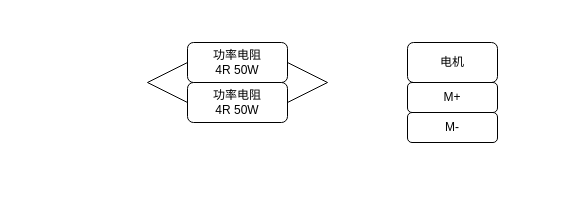
Before: NMC215.drawio in Hanye1108/drawio, a draw.io diagram. Source tidied: cells renumbered, new cells numbered last; positions are measured from the earlier drawing's top-left corner, leaving out a move shared by most shapes. Both pictures are drawn from the tidied source at 100%, with x=0, y=0 at pixel (147, 42).
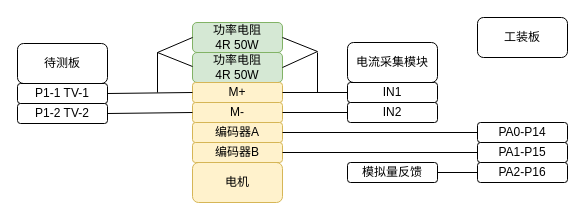
The same page after the edit.

What changed in the source:
```diff
@@
-    <mxCell id="2" value="功率电阻&lt;br&gt;4R 50W" style="rounded=1;whiteSpace=wrap;html=1;" parent="1" vertex="1">
-      <mxGeometry x="40" width="100" height="40" as="geometry" />
+    <mxCell id="2" value="功率电阻&lt;br&gt;4R 50W" style="rounded=1;whiteSpace=wrap;html=1;fillColor=#d5e8d4;strokeColor=#82b366;" parent="1" vertex="1">
+      <mxGeometry x="45" y="-20" width="90" height="30" as="geometry" />
     </mxCell>
-    <mxCell id="3" value="功率电阻&lt;br&gt;4R 50W" style="rounded=1;whiteSpace=wrap;html=1;" parent="1" vertex="1">
-      <mxGeometry x="40" y="40" width="100" height="40" as="geometry" />
+    <mxCell id="3" value="功率电阻&lt;br&gt;4R 50W" style="rounded=1;whiteSpace=wrap;html=1;fillColor=#d5e8d4;strokeColor=#82b366;" parent="1" vertex="1">
+      <mxGeometry x="45" y="10" width="90" height="30" as="geometry" />
     </mxCell>
-    <mxCell id="4" style="endArrow=none;html=1;rounded=0;entryX=0;entryY=0.5;entryDx=0;entryDy=0;exitX=0;exitY=0.5;exitDx=0;exitDy=0;" parent="1" edge="1" source="3" target="2">
-      <mxGeometry relative="1" as="geometry">
-        <Array as="points">
-          <mxPoint y="40" />
-        </Array>
-      </mxGeometry>
-    </mxCell>
-    <mxCell id="5" style="endArrow=none;html=1;rounded=0;entryX=0;entryY=0.5;entryDx=0;entryDy=0;exitX=0;exitY=0.5;exitDx=0;exitDy=0;" parent="1" edge="1">
-      <mxGeometry relative="1" as="geometry">
-        <mxPoint x="140" y="20" as="sourcePoint" />
-        <mxPoint x="140" y="60" as="targetPoint" />
-        <Array as="points">
-          <mxPoint x="180" y="40" />
-        </Array>
-      </mxGeometry>
-    </mxCell>
-    <mxCell id="6" value="电机" style="rounded=1;whiteSpace=wrap;html=1;" parent="1" vertex="1">
-      <mxGeometry x="260" width="90" height="40" as="geometry" />
+    <mxCell id="6" value="电机" style="rounded=1;whiteSpace=wrap;html=1;fillColor=#fff2cc;strokeColor=#d6b656;" parent="1" vertex="1">
+      <mxGeometry x="45" y="120" width="90" height="40" as="geometry" />
     </mxCell>
-    <mxCell id="7" value="M+" style="rounded=1;whiteSpace=wrap;html=1;" parent="1" vertex="1">
-      <mxGeometry x="260" y="40" width="90" height="30" as="geometry" />
+    <mxCell id="7" value="M+" style="rounded=1;whiteSpace=wrap;html=1;fillColor=#fff2cc;strokeColor=#d6b656;" parent="1" vertex="1">
+      <mxGeometry x="45" y="40" width="90" height="20" as="geometry" />
     </mxCell>
-    <mxCell id="8" value="M-" style="rounded=1;whiteSpace=wrap;html=1;" parent="1" vertex="1">
-      <mxGeometry x="260" y="70" width="90" height="30" as="geometry" />
+    <mxCell id="8" value="M-" style="rounded=1;whiteSpace=wrap;html=1;fillColor=#fff2cc;strokeColor=#d6b656;" parent="1" vertex="1">
+      <mxGeometry x="45" y="60" width="90" height="20" as="geometry" />
     </mxCell>
+    <mxCell id="9" value="待测板" style="rounded=1;whiteSpace=wrap;html=1;" parent="1" vertex="1">
+      <mxGeometry x="-130" y="1" width="90" height="40" as="geometry" />
+    </mxCell>
+    <mxCell id="10" value="P1-1 TV-1" style="rounded=1;whiteSpace=wrap;html=1;" parent="1" vertex="1">
+      <mxGeometry x="-130" y="41" width="90" height="20" as="geometry" />
+    </mxCell>
+    <mxCell id="11" value="P1-2 TV-2" style="rounded=1;whiteSpace=wrap;html=1;" parent="1" vertex="1">
+      <mxGeometry x="-130" y="61" width="90" height="20" as="geometry" />
+    </mxCell>
+    <mxCell id="12" value="编码器A" style="rounded=1;whiteSpace=wrap;html=1;fillColor=#fff2cc;strokeColor=#d6b656;" parent="1" vertex="1">
+      <mxGeometry x="45" y="80" width="90" height="20" as="geometry" />
+    </mxCell>
+    <mxCell id="13" value="编码器B" style="rounded=1;whiteSpace=wrap;html=1;fillColor=#fff2cc;strokeColor=#d6b656;" parent="1" vertex="1">
+      <mxGeometry x="45" y="100" width="90" height="20" as="geometry" />
+    </mxCell>
+    <mxCell id="14" value="电流采集模块" style="rounded=1;whiteSpace=wrap;html=1;" parent="1" vertex="1">
+      <mxGeometry x="200" width="90" height="40" as="geometry" />
+    </mxCell>
+    <mxCell id="15" value="IN1" style="rounded=1;whiteSpace=wrap;html=1;" parent="1" vertex="1">
+      <mxGeometry x="200" y="40" width="90" height="20" as="geometry" />
+    </mxCell>
+    <mxCell id="16" value="IN2" style="rounded=1;whiteSpace=wrap;html=1;" parent="1" vertex="1">
+      <mxGeometry x="200" y="60" width="90" height="20" as="geometry" />
+    </mxCell>
+    <mxCell id="17" value="模拟量反馈" style="rounded=1;whiteSpace=wrap;html=1;" parent="1" vertex="1">
+      <mxGeometry x="200" y="120" width="90" height="20" as="geometry" />
+    </mxCell>
+    <mxCell id="18" value="工装板" style="rounded=1;whiteSpace=wrap;html=1;" parent="1" vertex="1">
+      <mxGeometry x="330" y="-25" width="90" height="40" as="geometry" />
+    </mxCell>
+    <mxCell id="19" value="PA0-P14" style="rounded=1;whiteSpace=wrap;html=1;" parent="1" vertex="1">
+      <mxGeometry x="330" y="80" width="90" height="20" as="geometry" />
+    </mxCell>
+    <mxCell id="20" value="PA1-P15" style="rounded=1;whiteSpace=wrap;html=1;" parent="1" vertex="1">
+      <mxGeometry x="330" y="100" width="90" height="20" as="geometry" />
+    </mxCell>
+    <mxCell id="21" value="PA2-P16" style="rounded=1;whiteSpace=wrap;html=1;" parent="1" vertex="1">
+      <mxGeometry x="330" y="120" width="90" height="20" as="geometry" />
+    </mxCell>
+    <mxCell id="22" style="endArrow=none;html=1;rounded=0;entryX=0;entryY=0.5;entryDx=0;entryDy=0;exitX=1;exitY=0.5;exitDx=0;exitDy=0;" parent="1" edge="1" source="11" target="8">
+      <mxGeometry relative="1" as="geometry" />
+    </mxCell>
+    <mxCell id="23" style="endArrow=none;html=1;rounded=0;entryX=0;entryY=0.5;entryDx=0;entryDy=0;exitX=1;exitY=0.5;exitDx=0;exitDy=0;" parent="1" edge="1" source="7" target="15">
+      <mxGeometry relative="1" as="geometry" />
+    </mxCell>
+    <mxCell id="24" style="endArrow=none;html=1;rounded=0;entryX=0;entryY=0.5;entryDx=0;entryDy=0;" parent="1" edge="1" source="8" target="16">
+      <mxGeometry relative="1" as="geometry" />
+    </mxCell>
+    <mxCell id="25" style="endArrow=none;html=1;rounded=0;exitX=1;exitY=0.5;exitDx=0;exitDy=0;entryX=0;entryY=0.5;entryDx=0;entryDy=0;" parent="1" edge="1" source="12" target="19">
+      <mxGeometry relative="1" as="geometry" />
+    </mxCell>
+    <mxCell id="26" style="endArrow=none;html=1;rounded=0;exitX=1;exitY=0.5;exitDx=0;exitDy=0;entryX=0;entryY=0.5;entryDx=0;entryDy=0;" parent="1" edge="1" source="13" target="20">
+      <mxGeometry relative="1" as="geometry" />
+    </mxCell>
+    <mxCell id="27" style="endArrow=none;html=1;rounded=0;entryX=0;entryY=0.5;entryDx=0;entryDy=0;exitX=1;exitY=0.5;exitDx=0;exitDy=0;" parent="1" edge="1" source="17" target="21">
+      <mxGeometry relative="1" as="geometry" />
+    </mxCell>
+    <mxCell id="4" style="endArrow=none;html=1;rounded=0;entryX=1;entryY=0.5;entryDx=0;entryDy=0;exitX=1;exitY=0.5;exitDx=0;exitDy=0;" parent="1" edge="1" source="3" target="2">
+      <mxGeometry relative="1" as="geometry">
+        <Array as="points">
+          <mxPoint x="170" y="9" />
+        </Array>
+      </mxGeometry>
+    </mxCell>
+    <mxCell id="28" style="endArrow=none;html=1;rounded=0;entryX=0;entryY=0.5;entryDx=0;entryDy=0;exitX=1;exitY=0.5;exitDx=0;exitDy=0;" parent="1" edge="1" source="10" target="7">
+      <mxGeometry relative="1" as="geometry" />
+    </mxCell>
+    <mxCell id="29" style="endArrow=none;html=1;rounded=0;entryX=0;entryY=0.5;entryDx=0;entryDy=0;" parent="1" edge="1" target="2">
+      <mxGeometry relative="1" as="geometry">
+        <mxPoint x="45" y="24" as="sourcePoint" />
+        <Array as="points">
+          <mxPoint x="10" y="10" />
+        </Array>
+      </mxGeometry>
+    </mxCell>
+    <mxCell id="30" style="endArrow=none;html=1;rounded=0;" parent="1" edge="1">
+      <mxGeometry relative="1" as="geometry">
+        <mxPoint x="10" y="50" as="sourcePoint" />
+        <mxPoint x="10" y="10" as="targetPoint" />
+      </mxGeometry>
+    </mxCell>
+    <mxCell id="31" style="endArrow=none;html=1;rounded=0;" parent="1" edge="1">
+      <mxGeometry relative="1" as="geometry">
+        <mxPoint x="170" y="50" as="sourcePoint" />
+        <mxPoint x="170" y="10" as="targetPoint" />
+      </mxGeometry>
+    </mxCell>
```
